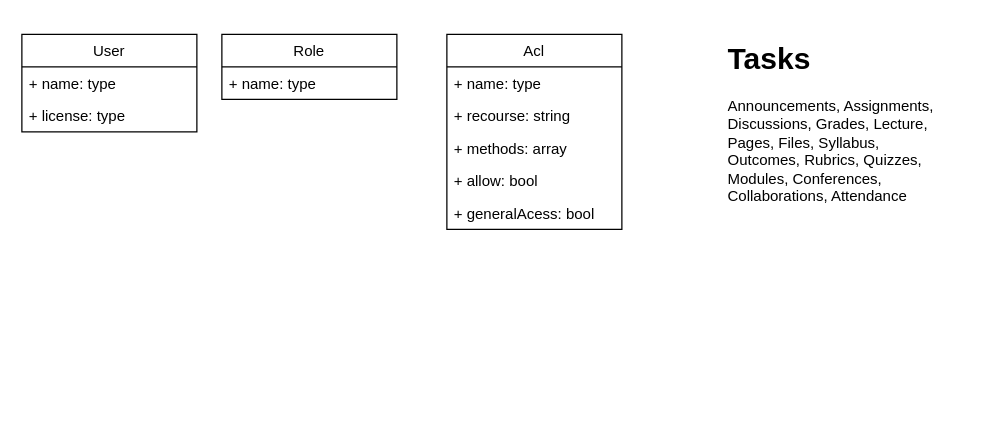
Above: page "Modelo dados" (1 of 4) of data/diagram.drawio in Everest4-0/Everest4.0-server (draw.io), before the change. Source tidied: cells renumbered, new cells numbered last; positions are measured from the earlier drawing's top-left corner, leaving out a move shared by most shapes. Both pictures are drawn from the tidied source at 125%, with x=0, y=0 at pixel (21, 34).
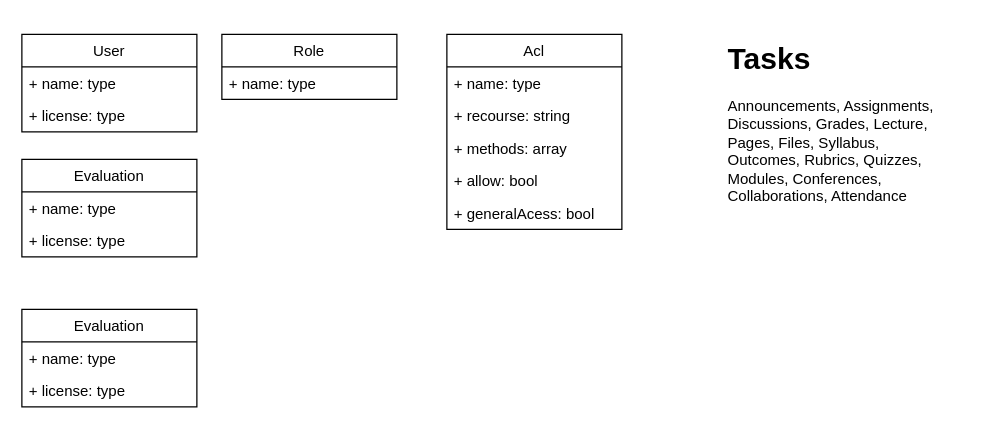
After the change.

The edit, as a diff of the source:
```diff
@@
 <mxGraphModel>
   <root>
     <mxCell id="0" />
     <mxCell id="1" parent="0" />
     <mxCell id="2" value="User" style="swimlane;fontStyle=0;horizontal=1;startSize=26;fillColor=none;" parent="1" vertex="1">
       <mxGeometry width="140" height="78" as="geometry" />
     </mxCell>
     <mxCell id="3" value="+ name: type" style="text;strokeColor=none;fillColor=none;align=left;verticalAlign=top;spacingLeft=4;spacingRight=4;overflow=hidden;" parent="2" vertex="1">
       <mxGeometry y="26" width="140" height="26" as="geometry" />
     </mxCell>
     <mxCell id="4" value="+ license: type" style="text;strokeColor=none;fillColor=none;align=left;verticalAlign=top;spacingLeft=4;spacingRight=4;overflow=hidden;" parent="2" vertex="1">
       <mxGeometry y="52" width="140" height="26" as="geometry" />
     </mxCell>
     <mxCell id="5" value="&lt;h1&gt;Tasks&lt;/h1&gt;&lt;p&gt;Announcements, Assignments, Discussions, Grades, Lecture, Pages, Files, Syllabus, Outcomes, Rubrics, Quizzes, Modules, Conferences, Collaborations, Attendance&lt;/p&gt;" style="text;html=1;strokeColor=none;fillColor=none;spacing=5;spacingTop=-20;whiteSpace=wrap;overflow=hidden;rounded=0;" parent="1" vertex="1">
       <mxGeometry x="560" width="190" height="150" as="geometry" />
     </mxCell>
     <mxCell id="6" value="Acl" style="swimlane;fontStyle=0;horizontal=1;startSize=26;fillColor=none;" parent="1" vertex="1">
       <mxGeometry x="340" width="140" height="156" as="geometry" />
     </mxCell>
     <mxCell id="7" value="+ name: type" style="text;strokeColor=none;fillColor=none;align=left;verticalAlign=top;spacingLeft=4;spacingRight=4;overflow=hidden;" parent="6" vertex="1">
       <mxGeometry y="26" width="140" height="26" as="geometry" />
     </mxCell>
     <mxCell id="8" value="+ recourse: string" style="text;strokeColor=none;fillColor=none;align=left;verticalAlign=top;spacingLeft=4;spacingRight=4;overflow=hidden;" parent="6" vertex="1">
       <mxGeometry y="52" width="140" height="26" as="geometry" />
     </mxCell>
     <mxCell id="9" value="+ methods: array" style="text;strokeColor=none;fillColor=none;align=left;verticalAlign=top;spacingLeft=4;spacingRight=4;overflow=hidden;" parent="6" vertex="1">
       <mxGeometry y="78" width="140" height="26" as="geometry" />
     </mxCell>
     <mxCell id="10" value="+ allow: bool" style="text;strokeColor=none;fillColor=none;align=left;verticalAlign=top;spacingLeft=4;spacingRight=4;overflow=hidden;" parent="6" vertex="1">
       <mxGeometry y="104" width="140" height="26" as="geometry" />
     </mxCell>
     <mxCell id="11" value="+ generalAcess: bool" style="text;strokeColor=none;fillColor=none;align=left;verticalAlign=top;spacingLeft=4;spacingRight=4;overflow=hidden;" parent="6" vertex="1">
       <mxGeometry y="130" width="140" height="26" as="geometry" />
     </mxCell>
     <mxCell id="12" value="Role" style="swimlane;fontStyle=0;horizontal=1;startSize=26;fillColor=none;" parent="1" vertex="1">
       <mxGeometry x="160" width="140" height="52" as="geometry" />
     </mxCell>
     <mxCell id="13" value="+ name: type" style="text;strokeColor=none;fillColor=none;align=left;verticalAlign=top;spacingLeft=4;spacingRight=4;overflow=hidden;" parent="12" vertex="1">
       <mxGeometry y="26" width="140" height="26" as="geometry" />
     </mxCell>
+    <mxCell id="14" value="Evaluation" style="swimlane;fontStyle=0;horizontal=1;startSize=26;fillColor=none;" parent="1" vertex="1">
+      <mxGeometry y="220" width="140" height="78" as="geometry" />
+    </mxCell>
+    <mxCell id="15" value="+ name: type" style="text;strokeColor=none;fillColor=none;align=left;verticalAlign=top;spacingLeft=4;spacingRight=4;overflow=hidden;" parent="14" vertex="1">
+      <mxGeometry y="26" width="140" height="26" as="geometry" />
+    </mxCell>
+    <mxCell id="16" value="+ license: type" style="text;strokeColor=none;fillColor=none;align=left;verticalAlign=top;spacingLeft=4;spacingRight=4;overflow=hidden;" parent="14" vertex="1">
+      <mxGeometry y="52" width="140" height="26" as="geometry" />
+    </mxCell>
+    <mxCell id="17" value="Evaluation" style="swimlane;fontStyle=0;horizontal=1;startSize=26;fillColor=none;" parent="1" vertex="1">
+      <mxGeometry y="100" width="140" height="78" as="geometry" />
+    </mxCell>
+    <mxCell id="18" value="+ name: type" style="text;strokeColor=none;fillColor=none;align=left;verticalAlign=top;spacingLeft=4;spacingRight=4;overflow=hidden;" parent="17" vertex="1">
+      <mxGeometry y="26" width="140" height="26" as="geometry" />
+    </mxCell>
+    <mxCell id="19" value="+ license: type" style="text;strokeColor=none;fillColor=none;align=left;verticalAlign=top;spacingLeft=4;spacingRight=4;overflow=hidden;" parent="17" vertex="1">
+      <mxGeometry y="52" width="140" height="26" as="geometry" />
+    </mxCell>
   </root>
 </mxGraphModel>
```
